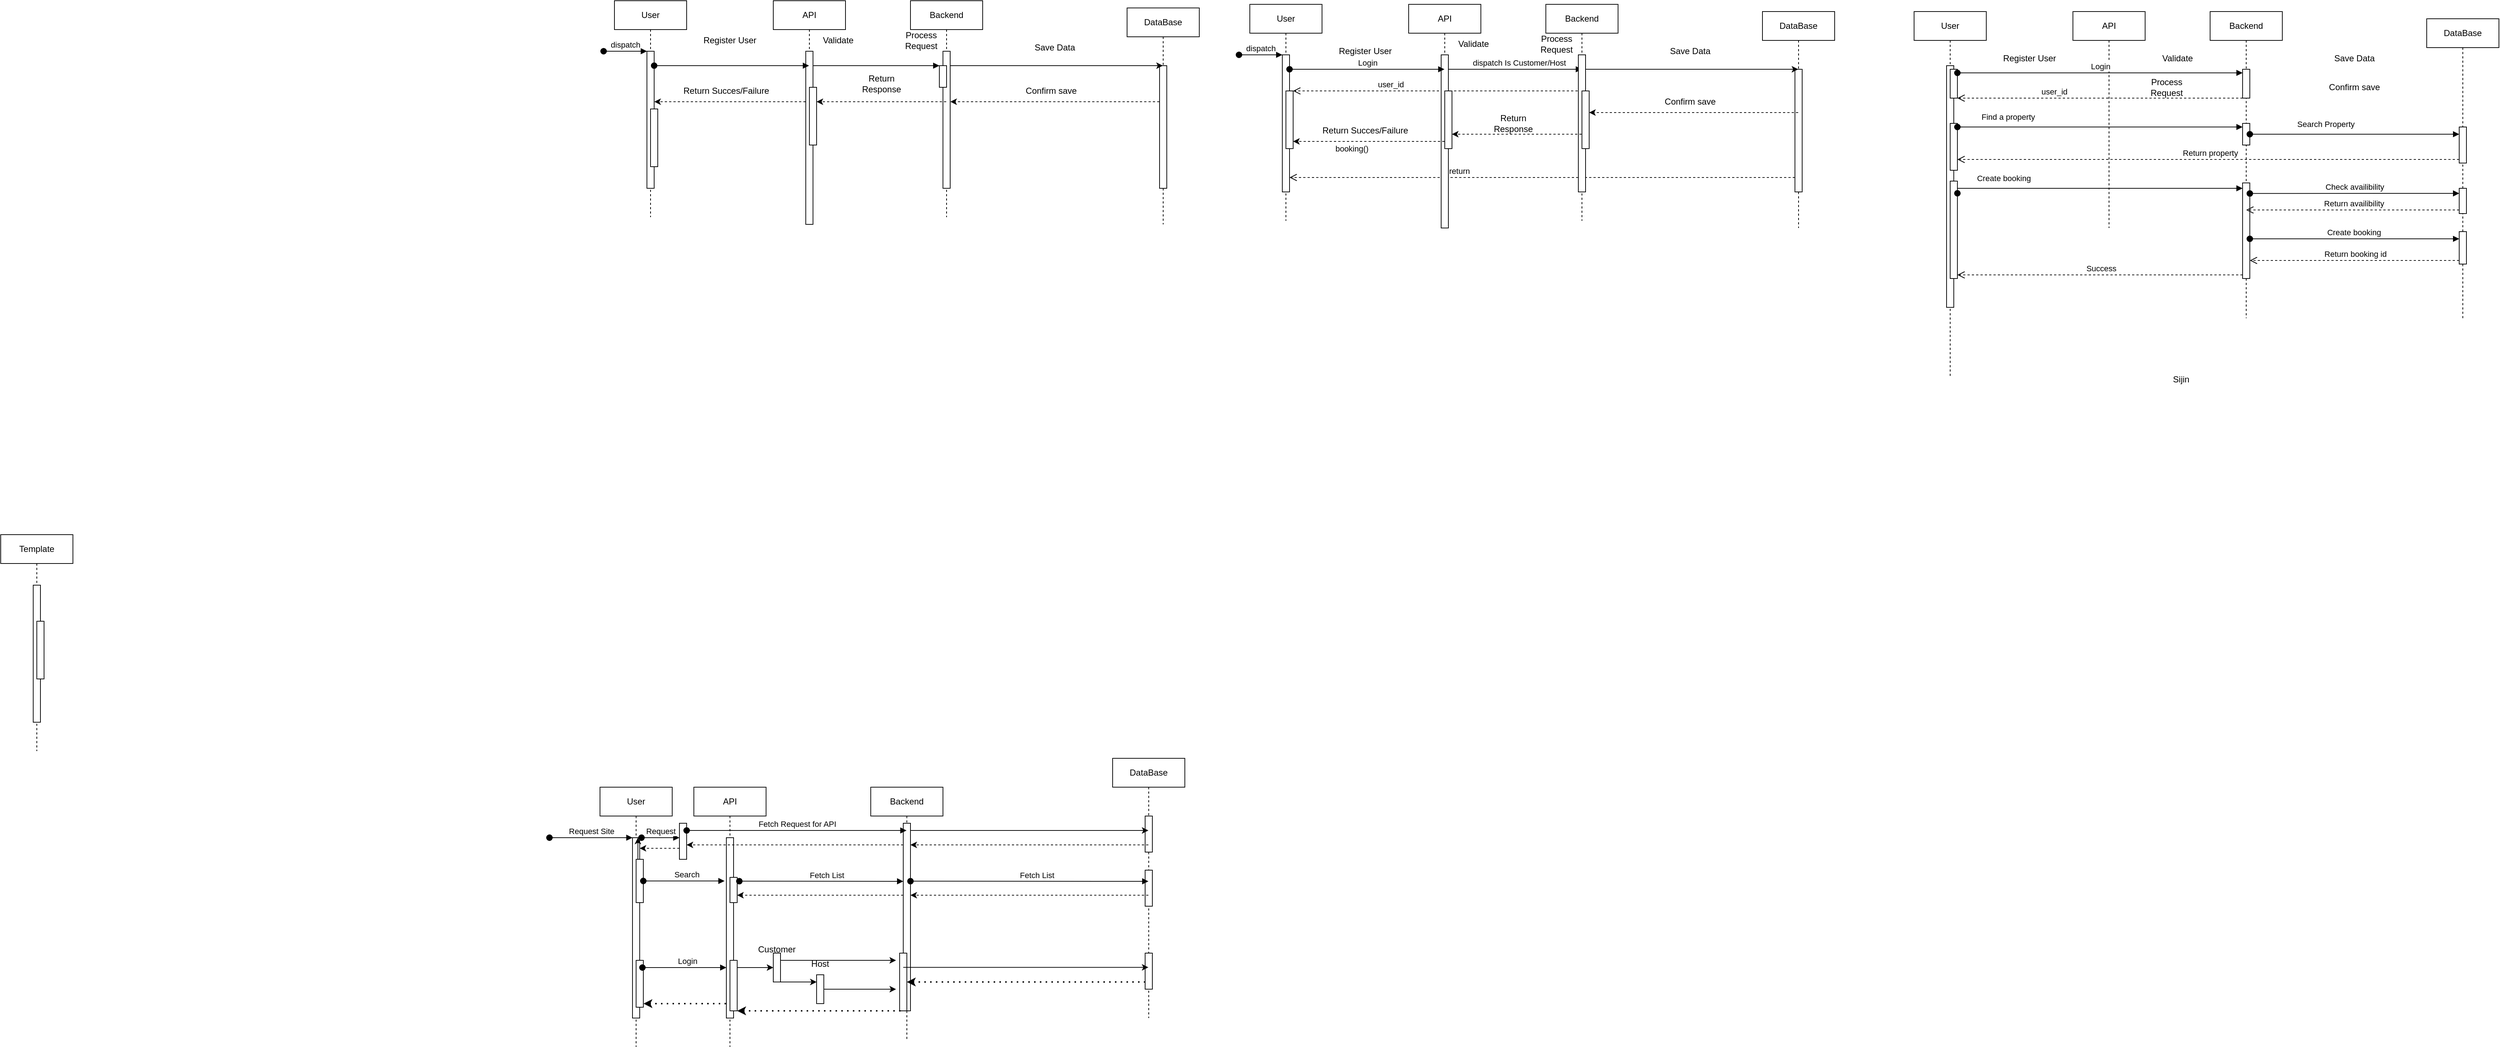
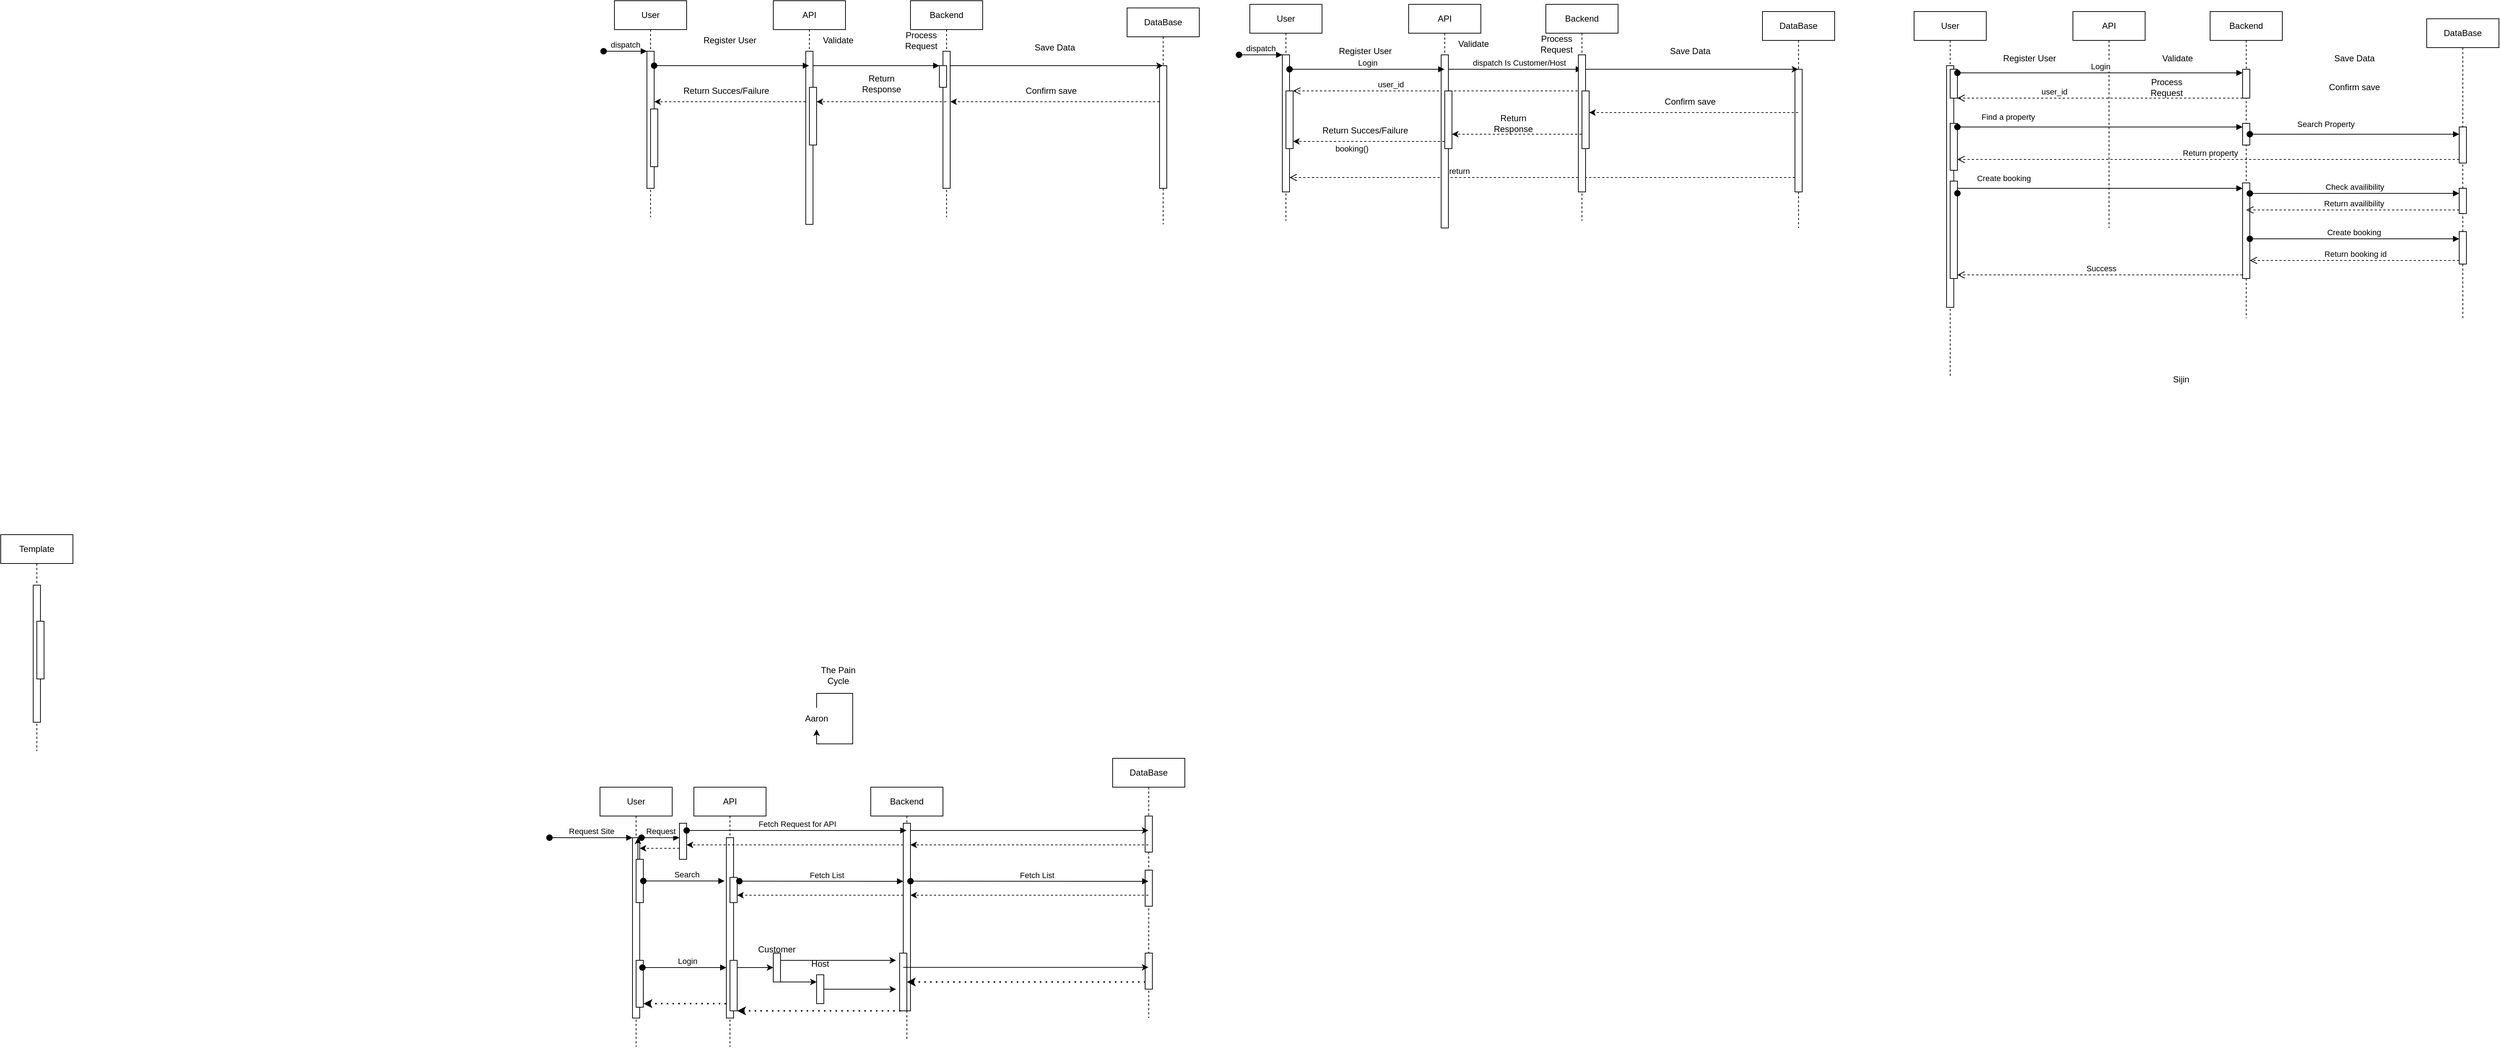
<mxfile host="app.diagrams.net" agent="5.0 (Macintosh; Intel Mac OS X 10_15_7) AppleWebKit/537.36 (KHTML, like Gecko) Chrome/109.0.0.0 Safari/537.36">
  <diagram name="Page-1" id="2YBvvXClWsGukQMizWep">
-     <mxGraphModel dx="2024" dy="429" grid="1" gridSize="10" guides="1" tooltips="1" connect="1" arrows="1" fold="1" page="1" pageScale="1" pageWidth="850" pageHeight="1100" math="0" shadow="0">
+     <mxGraphModel dx="2904" dy="750" grid="1" gridSize="10" guides="1" tooltips="1" connect="1" arrows="1" fold="1" page="1" pageScale="1" pageWidth="850" pageHeight="1100" math="0" shadow="0">
      <root>
        <mxCell id="0" />
        <mxCell id="1" parent="0" />
        <mxCell id="aM9ryv3xv72pqoxQDRHE-1" parent="1" style="shape=umlLifeline;perimeter=lifelinePerimeter;whiteSpace=wrap;html=1;container=0;dropTarget=0;collapsible=0;recursiveResize=0;outlineConnect=0;portConstraint=eastwest;newEdgeStyle={&quot;edgeStyle&quot;:&quot;elbowEdgeStyle&quot;,&quot;elbow&quot;:&quot;vertical&quot;,&quot;curved&quot;:0,&quot;rounded&quot;:0};" value="User" vertex="1">
          <mxGeometry height="300" width="100" x="30" y="40" as="geometry" />
        </mxCell>
        <mxCell id="aM9ryv3xv72pqoxQDRHE-2" parent="aM9ryv3xv72pqoxQDRHE-1" style="html=1;points=[];perimeter=orthogonalPerimeter;outlineConnect=0;targetShapes=umlLifeline;portConstraint=eastwest;newEdgeStyle={&quot;edgeStyle&quot;:&quot;elbowEdgeStyle&quot;,&quot;elbow&quot;:&quot;vertical&quot;,&quot;curved&quot;:0,&quot;rounded&quot;:0};" value="" vertex="1">
          <mxGeometry height="190" width="10" x="45" y="70" as="geometry" />
        </mxCell>
        <mxCell id="aM9ryv3xv72pqoxQDRHE-3" edge="1" parent="aM9ryv3xv72pqoxQDRHE-1" style="html=1;verticalAlign=bottom;startArrow=oval;endArrow=block;startSize=8;edgeStyle=elbowEdgeStyle;elbow=vertical;curved=0;rounded=0;" target="aM9ryv3xv72pqoxQDRHE-2" value="dispatch">
          <mxGeometry relative="1" as="geometry">
            <mxPoint x="-15" y="70" as="sourcePoint" />
          </mxGeometry>
        </mxCell>
        <mxCell id="aM9ryv3xv72pqoxQDRHE-4" parent="aM9ryv3xv72pqoxQDRHE-1" style="html=1;points=[];perimeter=orthogonalPerimeter;outlineConnect=0;targetShapes=umlLifeline;portConstraint=eastwest;newEdgeStyle={&quot;edgeStyle&quot;:&quot;elbowEdgeStyle&quot;,&quot;elbow&quot;:&quot;vertical&quot;,&quot;curved&quot;:0,&quot;rounded&quot;:0};" value="" vertex="1">
          <mxGeometry height="80" width="10" x="50" y="150" as="geometry" />
        </mxCell>
        <mxCell id="aM9ryv3xv72pqoxQDRHE-5" parent="1" style="shape=umlLifeline;perimeter=lifelinePerimeter;whiteSpace=wrap;html=1;container=0;dropTarget=0;collapsible=0;recursiveResize=0;outlineConnect=0;portConstraint=eastwest;newEdgeStyle={&quot;edgeStyle&quot;:&quot;elbowEdgeStyle&quot;,&quot;elbow&quot;:&quot;vertical&quot;,&quot;curved&quot;:0,&quot;rounded&quot;:0};" value="DataBase" vertex="1">
          <mxGeometry height="300" width="100" x="740" y="50" as="geometry" />
        </mxCell>
        <mxCell id="aM9ryv3xv72pqoxQDRHE-6" parent="aM9ryv3xv72pqoxQDRHE-5" style="html=1;points=[];perimeter=orthogonalPerimeter;outlineConnect=0;targetShapes=umlLifeline;portConstraint=eastwest;newEdgeStyle={&quot;edgeStyle&quot;:&quot;elbowEdgeStyle&quot;,&quot;elbow&quot;:&quot;vertical&quot;,&quot;curved&quot;:0,&quot;rounded&quot;:0};" value="" vertex="1">
          <mxGeometry height="170" width="10" x="45" y="80" as="geometry" />
        </mxCell>
        <mxCell id="aM9ryv3xv72pqoxQDRHE-7" edge="1" parent="1" source="7Z1T8ZwHcXeBXznP6D7j-6" style="html=1;verticalAlign=bottom;endArrow=block;edgeStyle=elbowEdgeStyle;elbow=vertical;curved=0;rounded=0;" target="7Z1T8ZwHcXeBXznP6D7j-11" value="">
          <mxGeometry relative="1" x="0.0616" as="geometry">
            <mxPoint as="offset" />
            <Array as="points">
              <mxPoint x="440" y="130" />
            </Array>
            <mxPoint x="195" y="130" as="sourcePoint" />
            <mxPoint x="480" y="130" as="targetPoint" />
          </mxGeometry>
        </mxCell>
        <mxCell id="7Z1T8ZwHcXeBXznP6D7j-5" parent="1" style="shape=umlLifeline;perimeter=lifelinePerimeter;whiteSpace=wrap;html=1;container=0;dropTarget=0;collapsible=0;recursiveResize=0;outlineConnect=0;portConstraint=eastwest;newEdgeStyle={&quot;edgeStyle&quot;:&quot;elbowEdgeStyle&quot;,&quot;elbow&quot;:&quot;vertical&quot;,&quot;curved&quot;:0,&quot;rounded&quot;:0};" value="API" vertex="1">
          <mxGeometry height="300" width="100" x="250" y="40" as="geometry" />
        </mxCell>
        <mxCell id="7Z1T8ZwHcXeBXznP6D7j-6" parent="7Z1T8ZwHcXeBXznP6D7j-5" style="html=1;points=[];perimeter=orthogonalPerimeter;outlineConnect=0;targetShapes=umlLifeline;portConstraint=eastwest;newEdgeStyle={&quot;edgeStyle&quot;:&quot;elbowEdgeStyle&quot;,&quot;elbow&quot;:&quot;vertical&quot;,&quot;curved&quot;:0,&quot;rounded&quot;:0};" value="" vertex="1">
          <mxGeometry height="240" width="10" x="45" y="70" as="geometry" />
        </mxCell>
        <mxCell id="7Z1T8ZwHcXeBXznP6D7j-8" parent="7Z1T8ZwHcXeBXznP6D7j-5" style="html=1;points=[];perimeter=orthogonalPerimeter;outlineConnect=0;targetShapes=umlLifeline;portConstraint=eastwest;newEdgeStyle={&quot;edgeStyle&quot;:&quot;elbowEdgeStyle&quot;,&quot;elbow&quot;:&quot;vertical&quot;,&quot;curved&quot;:0,&quot;rounded&quot;:0};" value="" vertex="1">
          <mxGeometry height="80" width="10" x="50" y="120" as="geometry" />
        </mxCell>
        <mxCell id="7Z1T8ZwHcXeBXznP6D7j-9" parent="1" style="shape=umlLifeline;perimeter=lifelinePerimeter;whiteSpace=wrap;html=1;container=0;dropTarget=0;collapsible=0;recursiveResize=0;outlineConnect=0;portConstraint=eastwest;newEdgeStyle={&quot;edgeStyle&quot;:&quot;elbowEdgeStyle&quot;,&quot;elbow&quot;:&quot;vertical&quot;,&quot;curved&quot;:0,&quot;rounded&quot;:0};" value="&lt;div&gt;Backend&lt;/div&gt;" vertex="1">
          <mxGeometry height="300" width="100" x="440" y="40" as="geometry" />
        </mxCell>
        <mxCell id="7Z1T8ZwHcXeBXznP6D7j-10" parent="7Z1T8ZwHcXeBXznP6D7j-9" style="html=1;points=[];perimeter=orthogonalPerimeter;outlineConnect=0;targetShapes=umlLifeline;portConstraint=eastwest;newEdgeStyle={&quot;edgeStyle&quot;:&quot;elbowEdgeStyle&quot;,&quot;elbow&quot;:&quot;vertical&quot;,&quot;curved&quot;:0,&quot;rounded&quot;:0};" value="" vertex="1">
          <mxGeometry height="190" width="10" x="45" y="70" as="geometry" />
        </mxCell>
        <mxCell id="7Z1T8ZwHcXeBXznP6D7j-11" parent="7Z1T8ZwHcXeBXznP6D7j-9" style="html=1;points=[];perimeter=orthogonalPerimeter;outlineConnect=0;targetShapes=umlLifeline;portConstraint=eastwest;newEdgeStyle={&quot;edgeStyle&quot;:&quot;elbowEdgeStyle&quot;,&quot;elbow&quot;:&quot;vertical&quot;,&quot;curved&quot;:0,&quot;rounded&quot;:0};" value="" vertex="1">
          <mxGeometry height="30" width="10" x="40" y="90" as="geometry" />
        </mxCell>
        <mxCell id="7Z1T8ZwHcXeBXznP6D7j-12" parent="1" style="shape=umlLifeline;perimeter=lifelinePerimeter;whiteSpace=wrap;html=1;container=0;dropTarget=0;collapsible=0;recursiveResize=0;outlineConnect=0;portConstraint=eastwest;newEdgeStyle={&quot;edgeStyle&quot;:&quot;elbowEdgeStyle&quot;,&quot;elbow&quot;:&quot;vertical&quot;,&quot;curved&quot;:0,&quot;rounded&quot;:0};" value="Template" vertex="1">
          <mxGeometry height="300" width="100" x="-820" y="780" as="geometry" />
        </mxCell>
        <mxCell id="7Z1T8ZwHcXeBXznP6D7j-13" parent="7Z1T8ZwHcXeBXznP6D7j-12" style="html=1;points=[];perimeter=orthogonalPerimeter;outlineConnect=0;targetShapes=umlLifeline;portConstraint=eastwest;newEdgeStyle={&quot;edgeStyle&quot;:&quot;elbowEdgeStyle&quot;,&quot;elbow&quot;:&quot;vertical&quot;,&quot;curved&quot;:0,&quot;rounded&quot;:0};" value="" vertex="1">
          <mxGeometry height="190" width="10" x="45" y="70" as="geometry" />
        </mxCell>
        <mxCell id="7Z1T8ZwHcXeBXznP6D7j-14" parent="7Z1T8ZwHcXeBXznP6D7j-12" style="html=1;points=[];perimeter=orthogonalPerimeter;outlineConnect=0;targetShapes=umlLifeline;portConstraint=eastwest;newEdgeStyle={&quot;edgeStyle&quot;:&quot;elbowEdgeStyle&quot;,&quot;elbow&quot;:&quot;vertical&quot;,&quot;curved&quot;:0,&quot;rounded&quot;:0};" value="" vertex="1">
          <mxGeometry height="80" width="10" x="50" y="120" as="geometry" />
        </mxCell>
        <mxCell id="D9VVy2PClrj1YHKQl20F-1" parent="1" style="text;html=1;whiteSpace=wrap;strokeColor=none;fillColor=none;align=center;verticalAlign=middle;rounded=0;" value="Register User" vertex="1">
          <mxGeometry height="30" width="100" x="140" y="80" as="geometry" />
        </mxCell>
        <mxCell id="D9VVy2PClrj1YHKQl20F-2" parent="1" style="text;html=1;whiteSpace=wrap;strokeColor=none;fillColor=none;align=center;verticalAlign=middle;rounded=0;" value="Validate" vertex="1">
          <mxGeometry height="30" width="60" x="310" y="80" as="geometry" />
        </mxCell>
        <mxCell id="D9VVy2PClrj1YHKQl20F-3" parent="1" style="text;html=1;whiteSpace=wrap;strokeColor=none;fillColor=none;align=center;verticalAlign=middle;rounded=0;" value="Process Request" vertex="1">
          <mxGeometry height="30" width="60" x="425" y="80" as="geometry" />
        </mxCell>
        <mxCell id="I_nbtK1dwFWHWanF6EMp-1" parent="1" style="text;html=1;whiteSpace=wrap;strokeColor=none;fillColor=none;align=center;verticalAlign=middle;rounded=0;" value="Save Data" vertex="1">
          <mxGeometry height="30" width="60" x="610" y="90" as="geometry" />
        </mxCell>
        <mxCell id="I_nbtK1dwFWHWanF6EMp-2" parent="1" style="text;html=1;whiteSpace=wrap;strokeColor=none;fillColor=none;align=center;verticalAlign=middle;rounded=0;" value="Confirm save" vertex="1">
          <mxGeometry height="30" width="80" x="595.25" y="150" as="geometry" />
        </mxCell>
        <mxCell id="I_nbtK1dwFWHWanF6EMp-3" parent="1" style="text;html=1;whiteSpace=wrap;strokeColor=none;fillColor=none;align=center;verticalAlign=middle;rounded=0;" value="Return Response" vertex="1">
          <mxGeometry height="30" width="60" x="370" y="140" as="geometry" />
        </mxCell>
        <mxCell id="I_nbtK1dwFWHWanF6EMp-4" parent="1" style="text;html=1;whiteSpace=wrap;strokeColor=none;fillColor=none;align=center;verticalAlign=middle;rounded=0;" value="Return Succes/Failure" vertex="1">
          <mxGeometry height="30" width="140" x="115.25" y="150" as="geometry" />
        </mxCell>
        <mxCell id="7Z1T8ZwHcXeBXznP6D7j-20" parent="1" style="shape=umlLifeline;perimeter=lifelinePerimeter;whiteSpace=wrap;html=1;container=0;dropTarget=0;collapsible=0;recursiveResize=0;outlineConnect=0;portConstraint=eastwest;newEdgeStyle={&quot;edgeStyle&quot;:&quot;elbowEdgeStyle&quot;,&quot;elbow&quot;:&quot;vertical&quot;,&quot;curved&quot;:0,&quot;rounded&quot;:0};" value="User" vertex="1">
          <mxGeometry height="360" width="100" x="10" y="1130" as="geometry" />
        </mxCell>
        <mxCell id="7Z1T8ZwHcXeBXznP6D7j-21" parent="7Z1T8ZwHcXeBXznP6D7j-20" style="html=1;points=[];perimeter=orthogonalPerimeter;outlineConnect=0;targetShapes=umlLifeline;portConstraint=eastwest;newEdgeStyle={&quot;edgeStyle&quot;:&quot;elbowEdgeStyle&quot;,&quot;elbow&quot;:&quot;vertical&quot;,&quot;curved&quot;:0,&quot;rounded&quot;:0};" value="" vertex="1">
          <mxGeometry height="250" width="10" x="45" y="70" as="geometry" />
        </mxCell>
        <mxCell id="7Z1T8ZwHcXeBXznP6D7j-22" edge="1" parent="7Z1T8ZwHcXeBXznP6D7j-20" style="html=1;verticalAlign=bottom;startArrow=oval;endArrow=block;startSize=8;edgeStyle=elbowEdgeStyle;elbow=vertical;curved=0;rounded=0;" target="7Z1T8ZwHcXeBXznP6D7j-21" value="&lt;div&gt;Request Site&lt;/div&gt;">
          <mxGeometry relative="1" as="geometry">
            <mxPoint x="-70" y="70" as="sourcePoint" />
          </mxGeometry>
        </mxCell>
        <mxCell id="7Z1T8ZwHcXeBXznP6D7j-53" edge="1" parent="7Z1T8ZwHcXeBXznP6D7j-20" source="7Z1T8ZwHcXeBXznP6D7j-23" style="edgeStyle=elbowEdgeStyle;rounded=0;orthogonalLoop=1;jettySize=auto;html=1;elbow=vertical;curved=0;" target="7Z1T8ZwHcXeBXznP6D7j-21">
          <mxGeometry relative="1" as="geometry" />
        </mxCell>
        <mxCell id="7Z1T8ZwHcXeBXznP6D7j-23" parent="7Z1T8ZwHcXeBXznP6D7j-20" style="html=1;points=[];perimeter=orthogonalPerimeter;outlineConnect=0;targetShapes=umlLifeline;portConstraint=eastwest;newEdgeStyle={&quot;edgeStyle&quot;:&quot;elbowEdgeStyle&quot;,&quot;elbow&quot;:&quot;vertical&quot;,&quot;curved&quot;:0,&quot;rounded&quot;:0};" value="" vertex="1">
          <mxGeometry height="60" width="10" x="50" y="100" as="geometry" />
        </mxCell>
        <mxCell id="7Z1T8ZwHcXeBXznP6D7j-61" parent="7Z1T8ZwHcXeBXznP6D7j-20" style="html=1;points=[];perimeter=orthogonalPerimeter;outlineConnect=0;targetShapes=umlLifeline;portConstraint=eastwest;newEdgeStyle={&quot;edgeStyle&quot;:&quot;elbowEdgeStyle&quot;,&quot;elbow&quot;:&quot;vertical&quot;,&quot;curved&quot;:0,&quot;rounded&quot;:0};" value="" vertex="1">
          <mxGeometry height="65" width="10" x="50" y="240" as="geometry" />
        </mxCell>
        <mxCell id="_QFFP_39c0ER-aZENGy8-1" edge="1" parent="1" source="7Z1T8ZwHcXeBXznP6D7j-10" style="endArrow=classic;html=1;rounded=0;" target="aM9ryv3xv72pqoxQDRHE-5" value="">
          <mxGeometry height="50" relative="1" width="50" as="geometry">
            <Array as="points">
              <mxPoint x="650" y="130" />
            </Array>
            <mxPoint x="490" y="170" as="sourcePoint" />
            <mxPoint x="540" y="120" as="targetPoint" />
          </mxGeometry>
        </mxCell>
        <mxCell id="7Z1T8ZwHcXeBXznP6D7j-24" parent="1" style="shape=umlLifeline;perimeter=lifelinePerimeter;whiteSpace=wrap;html=1;container=0;dropTarget=0;collapsible=0;recursiveResize=0;outlineConnect=0;portConstraint=eastwest;newEdgeStyle={&quot;edgeStyle&quot;:&quot;elbowEdgeStyle&quot;,&quot;elbow&quot;:&quot;vertical&quot;,&quot;curved&quot;:0,&quot;rounded&quot;:0};" value="DataBase" vertex="1">
          <mxGeometry height="360" width="100" x="720" y="1090" as="geometry" />
        </mxCell>
        <mxCell id="7Z1T8ZwHcXeBXznP6D7j-25" parent="7Z1T8ZwHcXeBXznP6D7j-24" style="html=1;points=[];perimeter=orthogonalPerimeter;outlineConnect=0;targetShapes=umlLifeline;portConstraint=eastwest;newEdgeStyle={&quot;edgeStyle&quot;:&quot;elbowEdgeStyle&quot;,&quot;elbow&quot;:&quot;vertical&quot;,&quot;curved&quot;:0,&quot;rounded&quot;:0};" value="" vertex="1">
          <mxGeometry height="50" width="10" x="45" y="80" as="geometry" />
        </mxCell>
        <mxCell id="7Z1T8ZwHcXeBXznP6D7j-74" parent="7Z1T8ZwHcXeBXznP6D7j-24" style="html=1;points=[];perimeter=orthogonalPerimeter;outlineConnect=0;targetShapes=umlLifeline;portConstraint=eastwest;newEdgeStyle={&quot;edgeStyle&quot;:&quot;elbowEdgeStyle&quot;,&quot;elbow&quot;:&quot;vertical&quot;,&quot;curved&quot;:0,&quot;rounded&quot;:0};" value="" vertex="1">
          <mxGeometry height="50" width="10" x="45" y="155" as="geometry" />
        </mxCell>
        <mxCell id="7Z1T8ZwHcXeBXznP6D7j-81" parent="7Z1T8ZwHcXeBXznP6D7j-24" style="html=1;points=[];perimeter=orthogonalPerimeter;outlineConnect=0;targetShapes=umlLifeline;portConstraint=eastwest;newEdgeStyle={&quot;edgeStyle&quot;:&quot;elbowEdgeStyle&quot;,&quot;elbow&quot;:&quot;vertical&quot;,&quot;curved&quot;:0,&quot;rounded&quot;:0};" value="" vertex="1">
          <mxGeometry height="50" width="10" x="45" y="270" as="geometry" />
        </mxCell>
        <mxCell id="_QFFP_39c0ER-aZENGy8-2" edge="1" parent="1" style="endArrow=classic;html=1;rounded=0;dashed=1;" value="">
          <mxGeometry height="50" relative="1" width="50" as="geometry">
            <Array as="points">
              <mxPoint x="635.25" y="180" />
            </Array>
            <mxPoint x="784.75" y="179.9999999999999" as="sourcePoint" />
            <mxPoint x="495.25" y="179.9999999999999" as="targetPoint" />
          </mxGeometry>
        </mxCell>
        <mxCell id="_QFFP_39c0ER-aZENGy8-3" edge="1" parent="1" style="endArrow=classic;html=1;rounded=0;dashed=1;" value="">
          <mxGeometry height="50" relative="1" width="50" as="geometry">
            <Array as="points">
              <mxPoint x="400" y="180" />
            </Array>
            <mxPoint x="489.5" y="179.9999999999999" as="sourcePoint" />
            <mxPoint x="310" y="179.9999999999999" as="targetPoint" />
          </mxGeometry>
        </mxCell>
        <mxCell id="_QFFP_39c0ER-aZENGy8-4" edge="1" parent="1" style="endArrow=classic;html=1;rounded=0;dashed=1;" value="">
          <mxGeometry height="50" relative="1" width="50" as="geometry">
            <Array as="points">
              <mxPoint x="195.25" y="180" />
            </Array>
            <mxPoint x="294.75" y="179.9999999999999" as="sourcePoint" />
            <mxPoint x="85.25" y="179.9999999999999" as="targetPoint" />
          </mxGeometry>
        </mxCell>
        <mxCell id="_QFFP_39c0ER-aZENGy8-33" parent="1" style="shape=umlLifeline;perimeter=lifelinePerimeter;whiteSpace=wrap;html=1;container=0;dropTarget=0;collapsible=0;recursiveResize=0;outlineConnect=0;portConstraint=eastwest;newEdgeStyle={&quot;edgeStyle&quot;:&quot;elbowEdgeStyle&quot;,&quot;elbow&quot;:&quot;vertical&quot;,&quot;curved&quot;:0,&quot;rounded&quot;:0};" value="User" vertex="1">
          <mxGeometry height="300" width="100" x="910" y="45" as="geometry" />
        </mxCell>
        <mxCell id="_QFFP_39c0ER-aZENGy8-34" parent="_QFFP_39c0ER-aZENGy8-33" style="html=1;points=[];perimeter=orthogonalPerimeter;outlineConnect=0;targetShapes=umlLifeline;portConstraint=eastwest;newEdgeStyle={&quot;edgeStyle&quot;:&quot;elbowEdgeStyle&quot;,&quot;elbow&quot;:&quot;vertical&quot;,&quot;curved&quot;:0,&quot;rounded&quot;:0};" value="" vertex="1">
          <mxGeometry height="190" width="10" x="45" y="70" as="geometry" />
        </mxCell>
        <mxCell id="_QFFP_39c0ER-aZENGy8-35" edge="1" parent="_QFFP_39c0ER-aZENGy8-33" style="html=1;verticalAlign=bottom;startArrow=oval;endArrow=block;startSize=8;edgeStyle=elbowEdgeStyle;elbow=vertical;curved=0;rounded=0;" target="_QFFP_39c0ER-aZENGy8-34" value="dispatch">
          <mxGeometry relative="1" as="geometry">
            <mxPoint x="-15" y="70" as="sourcePoint" />
          </mxGeometry>
        </mxCell>
        <mxCell id="_QFFP_39c0ER-aZENGy8-36" parent="_QFFP_39c0ER-aZENGy8-33" style="html=1;points=[];perimeter=orthogonalPerimeter;outlineConnect=0;targetShapes=umlLifeline;portConstraint=eastwest;newEdgeStyle={&quot;edgeStyle&quot;:&quot;elbowEdgeStyle&quot;,&quot;elbow&quot;:&quot;vertical&quot;,&quot;curved&quot;:0,&quot;rounded&quot;:0};" value="" vertex="1">
          <mxGeometry height="80" width="10" x="50" y="120" as="geometry" />
        </mxCell>
        <mxCell id="7Z1T8ZwHcXeBXznP6D7j-30" parent="1" style="shape=umlLifeline;perimeter=lifelinePerimeter;whiteSpace=wrap;html=1;container=0;dropTarget=0;collapsible=0;recursiveResize=0;outlineConnect=0;portConstraint=eastwest;newEdgeStyle={&quot;edgeStyle&quot;:&quot;elbowEdgeStyle&quot;,&quot;elbow&quot;:&quot;vertical&quot;,&quot;curved&quot;:0,&quot;rounded&quot;:0};" value="API" vertex="1">
          <mxGeometry height="360" width="100" x="140" y="1130" as="geometry" />
        </mxCell>
        <mxCell id="7Z1T8ZwHcXeBXznP6D7j-31" parent="7Z1T8ZwHcXeBXznP6D7j-30" style="html=1;points=[];perimeter=orthogonalPerimeter;outlineConnect=0;targetShapes=umlLifeline;portConstraint=eastwest;newEdgeStyle={&quot;edgeStyle&quot;:&quot;elbowEdgeStyle&quot;,&quot;elbow&quot;:&quot;vertical&quot;,&quot;curved&quot;:0,&quot;rounded&quot;:0};" value="" vertex="1">
          <mxGeometry height="250" width="10" x="45" y="70" as="geometry" />
        </mxCell>
        <mxCell id="7Z1T8ZwHcXeBXznP6D7j-52" parent="7Z1T8ZwHcXeBXznP6D7j-30" style="html=1;points=[];perimeter=orthogonalPerimeter;outlineConnect=0;targetShapes=umlLifeline;portConstraint=eastwest;newEdgeStyle={&quot;edgeStyle&quot;:&quot;elbowEdgeStyle&quot;,&quot;elbow&quot;:&quot;vertical&quot;,&quot;curved&quot;:0,&quot;rounded&quot;:0};" value="" vertex="1">
          <mxGeometry height="35" width="10" x="50" y="125" as="geometry" />
        </mxCell>
        <mxCell id="7Z1T8ZwHcXeBXznP6D7j-60" parent="7Z1T8ZwHcXeBXznP6D7j-30" style="html=1;points=[];perimeter=orthogonalPerimeter;outlineConnect=0;targetShapes=umlLifeline;portConstraint=eastwest;newEdgeStyle={&quot;edgeStyle&quot;:&quot;elbowEdgeStyle&quot;,&quot;elbow&quot;:&quot;vertical&quot;,&quot;curved&quot;:0,&quot;rounded&quot;:0};" value="" vertex="1">
          <mxGeometry height="70" width="10" x="50" y="240" as="geometry" />
        </mxCell>
        <mxCell id="_QFFP_39c0ER-aZENGy8-37" parent="1" style="shape=umlLifeline;perimeter=lifelinePerimeter;whiteSpace=wrap;html=1;container=0;dropTarget=0;collapsible=0;recursiveResize=0;outlineConnect=0;portConstraint=eastwest;newEdgeStyle={&quot;edgeStyle&quot;:&quot;elbowEdgeStyle&quot;,&quot;elbow&quot;:&quot;vertical&quot;,&quot;curved&quot;:0,&quot;rounded&quot;:0};" value="DataBase" vertex="1">
          <mxGeometry height="300" width="100" x="1620" y="55" as="geometry" />
        </mxCell>
        <mxCell id="_QFFP_39c0ER-aZENGy8-38" parent="_QFFP_39c0ER-aZENGy8-37" style="html=1;points=[];perimeter=orthogonalPerimeter;outlineConnect=0;targetShapes=umlLifeline;portConstraint=eastwest;newEdgeStyle={&quot;edgeStyle&quot;:&quot;elbowEdgeStyle&quot;,&quot;elbow&quot;:&quot;vertical&quot;,&quot;curved&quot;:0,&quot;rounded&quot;:0};" value="" vertex="1">
          <mxGeometry height="170" width="10" x="45" y="80" as="geometry" />
        </mxCell>
        <mxCell id="7Z1T8ZwHcXeBXznP6D7j-33" parent="1" style="shape=umlLifeline;perimeter=lifelinePerimeter;whiteSpace=wrap;html=1;container=0;dropTarget=0;collapsible=0;recursiveResize=0;outlineConnect=0;portConstraint=eastwest;newEdgeStyle={&quot;edgeStyle&quot;:&quot;elbowEdgeStyle&quot;,&quot;elbow&quot;:&quot;vertical&quot;,&quot;curved&quot;:0,&quot;rounded&quot;:0};" value="&lt;div&gt;Backend&lt;/div&gt;" vertex="1">
          <mxGeometry height="350" width="100" x="385" y="1130" as="geometry" />
        </mxCell>
        <mxCell id="7Z1T8ZwHcXeBXznP6D7j-34" parent="7Z1T8ZwHcXeBXznP6D7j-33" style="html=1;points=[];perimeter=orthogonalPerimeter;outlineConnect=0;targetShapes=umlLifeline;portConstraint=eastwest;newEdgeStyle={&quot;edgeStyle&quot;:&quot;elbowEdgeStyle&quot;,&quot;elbow&quot;:&quot;vertical&quot;,&quot;curved&quot;:0,&quot;rounded&quot;:0};" value="" vertex="1">
          <mxGeometry height="260" width="10" x="45" y="50" as="geometry" />
        </mxCell>
        <mxCell id="7Z1T8ZwHcXeBXznP6D7j-82" parent="7Z1T8ZwHcXeBXznP6D7j-33" style="html=1;points=[];perimeter=orthogonalPerimeter;outlineConnect=0;targetShapes=umlLifeline;portConstraint=eastwest;newEdgeStyle={&quot;edgeStyle&quot;:&quot;elbowEdgeStyle&quot;,&quot;elbow&quot;:&quot;vertical&quot;,&quot;curved&quot;:0,&quot;rounded&quot;:0};" value="" vertex="1">
          <mxGeometry height="80" width="10" x="40" y="230" as="geometry" />
        </mxCell>
        <mxCell id="_QFFP_39c0ER-aZENGy8-39" edge="1" parent="1" source="_QFFP_39c0ER-aZENGy8-44" style="html=1;verticalAlign=bottom;endArrow=block;edgeStyle=elbowEdgeStyle;elbow=vertical;curved=0;rounded=0;entryX=0.5;entryY=0.105;entryDx=0;entryDy=0;entryPerimeter=0;" target="_QFFP_39c0ER-aZENGy8-47" value="dispatch Is Customer/Host">
          <mxGeometry relative="1" x="0.0616" as="geometry">
            <mxPoint as="offset" />
            <Array as="points">
              <mxPoint x="1320" y="135" />
            </Array>
            <mxPoint x="1075" y="135" as="sourcePoint" />
            <mxPoint x="1360" y="135" as="targetPoint" />
          </mxGeometry>
        </mxCell>
        <mxCell id="_QFFP_39c0ER-aZENGy8-40" connectable="0" parent="_QFFP_39c0ER-aZENGy8-39" style="edgeLabel;html=1;align=center;verticalAlign=middle;resizable=0;points=[];" value="booking()" vertex="1">
          <mxGeometry relative="1" x="-0.6283" y="3" as="geometry">
            <mxPoint x="-169" y="113" as="offset" />
          </mxGeometry>
        </mxCell>
        <mxCell id="_QFFP_39c0ER-aZENGy8-41" edge="1" parent="1" source="_QFFP_39c0ER-aZENGy8-38" style="html=1;verticalAlign=bottom;endArrow=open;dashed=1;endSize=8;edgeStyle=elbowEdgeStyle;elbow=vertical;curved=0;rounded=0;" target="_QFFP_39c0ER-aZENGy8-34" value="return">
          <mxGeometry relative="1" x="0.3286" as="geometry">
            <mxPoint as="offset" />
            <Array as="points">
              <mxPoint x="1070" y="285" />
            </Array>
            <mxPoint x="1075" y="210" as="targetPoint" />
          </mxGeometry>
        </mxCell>
        <mxCell id="_QFFP_39c0ER-aZENGy8-42" edge="1" parent="1" source="_QFFP_39c0ER-aZENGy8-48" style="html=1;verticalAlign=bottom;endArrow=open;dashed=1;endSize=8;edgeStyle=elbowEdgeStyle;elbow=vertical;curved=0;rounded=0;" target="_QFFP_39c0ER-aZENGy8-36" value="user_id">
          <mxGeometry relative="1" x="0.325" as="geometry">
            <mxPoint as="offset" />
            <Array as="points">
              <mxPoint x="1330" y="165" />
            </Array>
            <mxPoint x="1430" y="165" as="sourcePoint" />
            <mxPoint x="1020" y="165" as="targetPoint" />
          </mxGeometry>
        </mxCell>
        <mxCell id="_QFFP_39c0ER-aZENGy8-43" parent="1" style="shape=umlLifeline;perimeter=lifelinePerimeter;whiteSpace=wrap;html=1;container=0;dropTarget=0;collapsible=0;recursiveResize=0;outlineConnect=0;portConstraint=eastwest;newEdgeStyle={&quot;edgeStyle&quot;:&quot;elbowEdgeStyle&quot;,&quot;elbow&quot;:&quot;vertical&quot;,&quot;curved&quot;:0,&quot;rounded&quot;:0};" value="API" vertex="1">
          <mxGeometry height="300" width="100" x="1130" y="45" as="geometry" />
        </mxCell>
        <mxCell id="_QFFP_39c0ER-aZENGy8-44" parent="_QFFP_39c0ER-aZENGy8-43" style="html=1;points=[];perimeter=orthogonalPerimeter;outlineConnect=0;targetShapes=umlLifeline;portConstraint=eastwest;newEdgeStyle={&quot;edgeStyle&quot;:&quot;elbowEdgeStyle&quot;,&quot;elbow&quot;:&quot;vertical&quot;,&quot;curved&quot;:0,&quot;rounded&quot;:0};" value="" vertex="1">
          <mxGeometry height="240" width="10" x="45" y="70" as="geometry" />
        </mxCell>
        <mxCell id="_QFFP_39c0ER-aZENGy8-45" parent="_QFFP_39c0ER-aZENGy8-43" style="html=1;points=[];perimeter=orthogonalPerimeter;outlineConnect=0;targetShapes=umlLifeline;portConstraint=eastwest;newEdgeStyle={&quot;edgeStyle&quot;:&quot;elbowEdgeStyle&quot;,&quot;elbow&quot;:&quot;vertical&quot;,&quot;curved&quot;:0,&quot;rounded&quot;:0};" value="" vertex="1">
          <mxGeometry height="80" width="10" x="50" y="120" as="geometry" />
        </mxCell>
        <mxCell id="_QFFP_39c0ER-aZENGy8-46" parent="1" style="shape=umlLifeline;perimeter=lifelinePerimeter;whiteSpace=wrap;html=1;container=0;dropTarget=0;collapsible=0;recursiveResize=0;outlineConnect=0;portConstraint=eastwest;newEdgeStyle={&quot;edgeStyle&quot;:&quot;elbowEdgeStyle&quot;,&quot;elbow&quot;:&quot;vertical&quot;,&quot;curved&quot;:0,&quot;rounded&quot;:0};" value="&lt;div&gt;Backend&lt;/div&gt;" vertex="1">
          <mxGeometry height="300" width="100" x="1320" y="45" as="geometry" />
        </mxCell>
        <mxCell id="_QFFP_39c0ER-aZENGy8-47" parent="_QFFP_39c0ER-aZENGy8-46" style="html=1;points=[];perimeter=orthogonalPerimeter;outlineConnect=0;targetShapes=umlLifeline;portConstraint=eastwest;newEdgeStyle={&quot;edgeStyle&quot;:&quot;elbowEdgeStyle&quot;,&quot;elbow&quot;:&quot;vertical&quot;,&quot;curved&quot;:0,&quot;rounded&quot;:0};" value="" vertex="1">
          <mxGeometry height="190" width="10" x="45" y="70" as="geometry" />
        </mxCell>
        <mxCell id="_QFFP_39c0ER-aZENGy8-48" parent="_QFFP_39c0ER-aZENGy8-46" style="html=1;points=[];perimeter=orthogonalPerimeter;outlineConnect=0;targetShapes=umlLifeline;portConstraint=eastwest;newEdgeStyle={&quot;edgeStyle&quot;:&quot;elbowEdgeStyle&quot;,&quot;elbow&quot;:&quot;vertical&quot;,&quot;curved&quot;:0,&quot;rounded&quot;:0};" value="" vertex="1">
          <mxGeometry height="80" width="10" x="50" y="120" as="geometry" />
        </mxCell>
        <mxCell id="_QFFP_39c0ER-aZENGy8-49" edge="1" parent="1" style="html=1;verticalAlign=bottom;startArrow=oval;endArrow=block;startSize=8;edgeStyle=elbowEdgeStyle;elbow=vertical;curved=0;rounded=0;" target="_QFFP_39c0ER-aZENGy8-43" value="Login">
          <mxGeometry relative="1" as="geometry">
            <mxPoint x="965" y="135" as="sourcePoint" />
            <mxPoint x="1030" y="135" as="targetPoint" />
          </mxGeometry>
        </mxCell>
        <mxCell id="_QFFP_39c0ER-aZENGy8-50" parent="1" style="text;html=1;whiteSpace=wrap;strokeColor=none;fillColor=none;align=center;verticalAlign=middle;rounded=0;" value="Register User" vertex="1">
          <mxGeometry height="30" width="100" x="1020" y="95" as="geometry" />
        </mxCell>
        <mxCell id="_QFFP_39c0ER-aZENGy8-51" parent="1" style="text;html=1;whiteSpace=wrap;strokeColor=none;fillColor=none;align=center;verticalAlign=middle;rounded=0;" value="Validate" vertex="1">
          <mxGeometry height="30" width="60" x="1190" y="85" as="geometry" />
        </mxCell>
        <mxCell id="_QFFP_39c0ER-aZENGy8-52" parent="1" style="text;html=1;whiteSpace=wrap;strokeColor=none;fillColor=none;align=center;verticalAlign=middle;rounded=0;" value="Process Request" vertex="1">
          <mxGeometry height="30" width="60" x="1305" y="85" as="geometry" />
        </mxCell>
        <mxCell id="_QFFP_39c0ER-aZENGy8-53" parent="1" style="text;html=1;whiteSpace=wrap;strokeColor=none;fillColor=none;align=center;verticalAlign=middle;rounded=0;" value="Save Data" vertex="1">
          <mxGeometry height="30" width="60" x="1490" y="95" as="geometry" />
        </mxCell>
        <mxCell id="_QFFP_39c0ER-aZENGy8-54" parent="1" style="text;html=1;whiteSpace=wrap;strokeColor=none;fillColor=none;align=center;verticalAlign=middle;rounded=0;" value="Confirm save" vertex="1">
          <mxGeometry height="30" width="80" x="1480" y="165" as="geometry" />
        </mxCell>
        <mxCell id="_QFFP_39c0ER-aZENGy8-55" parent="1" style="text;html=1;whiteSpace=wrap;strokeColor=none;fillColor=none;align=center;verticalAlign=middle;rounded=0;" value="Return Response" vertex="1">
          <mxGeometry height="30" width="60" x="1245" y="195" as="geometry" />
        </mxCell>
        <mxCell id="_QFFP_39c0ER-aZENGy8-56" parent="1" style="text;html=1;whiteSpace=wrap;strokeColor=none;fillColor=none;align=center;verticalAlign=middle;rounded=0;" value="Return Succes/Failure" vertex="1">
          <mxGeometry height="30" width="140" x="1000" y="205" as="geometry" />
        </mxCell>
        <mxCell id="_QFFP_39c0ER-aZENGy8-57" edge="1" parent="1" source="_QFFP_39c0ER-aZENGy8-47" style="endArrow=classic;html=1;rounded=0;" target="_QFFP_39c0ER-aZENGy8-37" value="">
          <mxGeometry height="50" relative="1" width="50" as="geometry">
            <Array as="points">
              <mxPoint x="1530" y="135" />
            </Array>
            <mxPoint x="1370" y="175" as="sourcePoint" />
            <mxPoint x="1420" y="125" as="targetPoint" />
          </mxGeometry>
        </mxCell>
        <mxCell id="_QFFP_39c0ER-aZENGy8-58" edge="1" parent="1" source="_QFFP_39c0ER-aZENGy8-37" style="endArrow=classic;html=1;rounded=0;dashed=1;" target="_QFFP_39c0ER-aZENGy8-48" value="">
          <mxGeometry height="50" relative="1" width="50" as="geometry">
            <Array as="points">
              <mxPoint x="1520" y="195" />
            </Array>
            <mxPoint x="1660" y="235" as="sourcePoint" />
            <mxPoint x="1710" y="185" as="targetPoint" />
          </mxGeometry>
        </mxCell>
        <mxCell id="_QFFP_39c0ER-aZENGy8-59" edge="1" parent="1" source="_QFFP_39c0ER-aZENGy8-46" style="endArrow=classic;html=1;rounded=0;dashed=1;" target="_QFFP_39c0ER-aZENGy8-45" value="">
          <mxGeometry height="50" relative="1" width="50" as="geometry">
            <Array as="points">
              <mxPoint x="1280" y="225" />
            </Array>
            <mxPoint x="1360" y="275" as="sourcePoint" />
            <mxPoint x="1410" y="225" as="targetPoint" />
          </mxGeometry>
        </mxCell>
        <mxCell id="_QFFP_39c0ER-aZENGy8-60" edge="1" parent="1" source="_QFFP_39c0ER-aZENGy8-43" style="endArrow=classic;html=1;rounded=0;dashed=1;" target="_QFFP_39c0ER-aZENGy8-36" value="">
          <mxGeometry height="50" relative="1" width="50" as="geometry">
            <Array as="points">
              <mxPoint x="1080" y="235" />
            </Array>
            <mxPoint x="1340" y="345" as="sourcePoint" />
            <mxPoint x="1390" y="295" as="targetPoint" />
          </mxGeometry>
        </mxCell>
        <mxCell id="68ymO_Sjnk0znAFFcrqy-1" parent="1" style="shape=umlLifeline;perimeter=lifelinePerimeter;whiteSpace=wrap;html=1;container=0;dropTarget=0;collapsible=0;recursiveResize=0;outlineConnect=0;portConstraint=eastwest;newEdgeStyle={&quot;edgeStyle&quot;:&quot;elbowEdgeStyle&quot;,&quot;elbow&quot;:&quot;vertical&quot;,&quot;curved&quot;:0,&quot;rounded&quot;:0};" value="User" vertex="1">
          <mxGeometry height="505" width="100" x="1830" y="55" as="geometry" />
        </mxCell>
        <mxCell id="DhhXMbWg79UAvs8icK3S-2" parent="68ymO_Sjnk0znAFFcrqy-1" style="html=1;points=[];perimeter=orthogonalPerimeter;outlineConnect=0;targetShapes=umlLifeline;portConstraint=eastwest;newEdgeStyle={&quot;edgeStyle&quot;:&quot;elbowEdgeStyle&quot;,&quot;elbow&quot;:&quot;vertical&quot;,&quot;curved&quot;:0,&quot;rounded&quot;:0};" value="" vertex="1">
          <mxGeometry height="335" width="10" x="45" y="75" as="geometry" />
        </mxCell>
        <mxCell id="DhhXMbWg79UAvs8icK3S-4" parent="68ymO_Sjnk0znAFFcrqy-1" style="html=1;points=[];perimeter=orthogonalPerimeter;outlineConnect=0;targetShapes=umlLifeline;portConstraint=eastwest;newEdgeStyle={&quot;edgeStyle&quot;:&quot;elbowEdgeStyle&quot;,&quot;elbow&quot;:&quot;vertical&quot;,&quot;curved&quot;:0,&quot;rounded&quot;:0};" value="" vertex="1">
          <mxGeometry height="40" width="10" x="50" y="80" as="geometry" />
        </mxCell>
        <mxCell id="DqHyfR3eGS3xM4o2pyak-10" parent="68ymO_Sjnk0znAFFcrqy-1" style="html=1;points=[];perimeter=orthogonalPerimeter;outlineConnect=0;targetShapes=umlLifeline;portConstraint=eastwest;newEdgeStyle={&quot;edgeStyle&quot;:&quot;elbowEdgeStyle&quot;,&quot;elbow&quot;:&quot;vertical&quot;,&quot;curved&quot;:0,&quot;rounded&quot;:0};" value="&lt;span style=&quot;color: rgba(0, 0, 0, 0); font-family: monospace; font-size: 0px; text-align: start;&quot;&gt;%3CmxGraphModel%3E%3Croot%3E%3CmxCell%20id%3D%220%22%2F%3E%3CmxCell%20id%3D%221%22%20parent%3D%220%22%2F%3E%3CmxCell%20id%3D%222%22%20parent%3D%221%22%20style%3D%22html%3D1%3Bpoints%3D%5B%5D%3Bperimeter%3DorthogonalPerimeter%3BoutlineConnect%3D0%3BtargetShapes%3DumlLifeline%3BportConstraint%3Deastwest%3BnewEdgeStyle%3D%7B%26quot%3BedgeStyle%26quot%3B%3A%26quot%3BelbowEdgeStyle%26quot%3B%2C%26quot%3Belbow%26quot%3B%3A%26quot%3Bvertical%26quot%3B%2C%26quot%3Bcurved%26quot%3B%3A0%2C%26quot%3Brounded%26quot%3B%3A0%7D%3B%22%20value%3D%22%22%20vertex%3D%221%22%3E%3CmxGeometry%20height%3D%2230%22%20width%3D%2210%22%20x%3D%222285%22%20y%3D%22210%22%20as%3D%22geometry%22%2F%3E%3C%2FmxCell%3E%3C%2Froot%3E%3C%2FmxGraphModel%3E&lt;/span&gt;" vertex="1">
          <mxGeometry height="65" width="10" x="50" y="155" as="geometry" />
        </mxCell>
        <mxCell id="DqHyfR3eGS3xM4o2pyak-20" parent="68ymO_Sjnk0znAFFcrqy-1" style="html=1;points=[];perimeter=orthogonalPerimeter;outlineConnect=0;targetShapes=umlLifeline;portConstraint=eastwest;newEdgeStyle={&quot;edgeStyle&quot;:&quot;elbowEdgeStyle&quot;,&quot;elbow&quot;:&quot;vertical&quot;,&quot;curved&quot;:0,&quot;rounded&quot;:0};" value="" vertex="1">
          <mxGeometry height="135" width="10" x="50" y="235" as="geometry" />
        </mxCell>
        <mxCell id="68ymO_Sjnk0znAFFcrqy-5" parent="1" style="shape=umlLifeline;perimeter=lifelinePerimeter;whiteSpace=wrap;html=1;container=0;dropTarget=0;collapsible=0;recursiveResize=0;outlineConnect=0;portConstraint=eastwest;newEdgeStyle={&quot;edgeStyle&quot;:&quot;elbowEdgeStyle&quot;,&quot;elbow&quot;:&quot;vertical&quot;,&quot;curved&quot;:0,&quot;rounded&quot;:0};" value="DataBase" vertex="1">
          <mxGeometry height="415" width="100" x="2540" y="65" as="geometry" />
        </mxCell>
        <mxCell id="68ymO_Sjnk0znAFFcrqy-6" parent="68ymO_Sjnk0znAFFcrqy-5" style="html=1;points=[];perimeter=orthogonalPerimeter;outlineConnect=0;targetShapes=umlLifeline;portConstraint=eastwest;newEdgeStyle={&quot;edgeStyle&quot;:&quot;elbowEdgeStyle&quot;,&quot;elbow&quot;:&quot;vertical&quot;,&quot;curved&quot;:0,&quot;rounded&quot;:0};" value="" vertex="1">
          <mxGeometry height="50" width="10" x="45" y="150" as="geometry" />
        </mxCell>
        <mxCell id="DqHyfR3eGS3xM4o2pyak-24" parent="68ymO_Sjnk0znAFFcrqy-5" style="html=1;points=[];perimeter=orthogonalPerimeter;outlineConnect=0;targetShapes=umlLifeline;portConstraint=eastwest;newEdgeStyle={&quot;edgeStyle&quot;:&quot;elbowEdgeStyle&quot;,&quot;elbow&quot;:&quot;vertical&quot;,&quot;curved&quot;:0,&quot;rounded&quot;:0};" value="" vertex="1">
          <mxGeometry height="35" width="10" x="45" y="235" as="geometry" />
        </mxCell>
        <mxCell id="DqHyfR3eGS3xM4o2pyak-26" parent="68ymO_Sjnk0znAFFcrqy-5" style="html=1;points=[];perimeter=orthogonalPerimeter;outlineConnect=0;targetShapes=umlLifeline;portConstraint=eastwest;newEdgeStyle={&quot;edgeStyle&quot;:&quot;elbowEdgeStyle&quot;,&quot;elbow&quot;:&quot;vertical&quot;,&quot;curved&quot;:0,&quot;rounded&quot;:0};" value="" vertex="1">
          <mxGeometry height="45" width="10" x="45" y="295" as="geometry" />
        </mxCell>
        <mxCell id="68ymO_Sjnk0znAFFcrqy-10" edge="1" parent="1" source="68ymO_Sjnk0znAFFcrqy-16" style="html=1;verticalAlign=bottom;endArrow=open;dashed=1;endSize=8;edgeStyle=elbowEdgeStyle;elbow=vertical;curved=0;rounded=0;" target="DhhXMbWg79UAvs8icK3S-4" value="user_id">
          <mxGeometry relative="1" x="0.325" as="geometry">
            <mxPoint as="offset" />
            <Array as="points">
              <mxPoint x="2260" y="175" />
            </Array>
            <mxPoint x="2260" y="175" as="sourcePoint" />
            <mxPoint x="1910" y="180" as="targetPoint" />
          </mxGeometry>
        </mxCell>
        <mxCell id="68ymO_Sjnk0znAFFcrqy-11" parent="1" style="shape=umlLifeline;perimeter=lifelinePerimeter;whiteSpace=wrap;html=1;container=0;dropTarget=0;collapsible=0;recursiveResize=0;outlineConnect=0;portConstraint=eastwest;newEdgeStyle={&quot;edgeStyle&quot;:&quot;elbowEdgeStyle&quot;,&quot;elbow&quot;:&quot;vertical&quot;,&quot;curved&quot;:0,&quot;rounded&quot;:0};" value="API" vertex="1">
          <mxGeometry height="300" width="100" x="2050" y="55" as="geometry" />
        </mxCell>
        <mxCell id="68ymO_Sjnk0znAFFcrqy-14" parent="1" style="shape=umlLifeline;perimeter=lifelinePerimeter;whiteSpace=wrap;html=1;container=0;dropTarget=0;collapsible=0;recursiveResize=0;outlineConnect=0;portConstraint=eastwest;newEdgeStyle={&quot;edgeStyle&quot;:&quot;elbowEdgeStyle&quot;,&quot;elbow&quot;:&quot;vertical&quot;,&quot;curved&quot;:0,&quot;rounded&quot;:0};" value="&lt;div&gt;Backend&lt;/div&gt;" vertex="1">
          <mxGeometry height="425" width="100" x="2240" y="55" as="geometry" />
        </mxCell>
        <mxCell id="68ymO_Sjnk0znAFFcrqy-16" parent="68ymO_Sjnk0znAFFcrqy-14" style="html=1;points=[];perimeter=orthogonalPerimeter;outlineConnect=0;targetShapes=umlLifeline;portConstraint=eastwest;newEdgeStyle={&quot;edgeStyle&quot;:&quot;elbowEdgeStyle&quot;,&quot;elbow&quot;:&quot;vertical&quot;,&quot;curved&quot;:0,&quot;rounded&quot;:0};" value="" vertex="1">
          <mxGeometry height="40" width="10" x="45" y="80" as="geometry" />
        </mxCell>
        <mxCell id="DqHyfR3eGS3xM4o2pyak-22" parent="68ymO_Sjnk0znAFFcrqy-14" style="html=1;points=[];perimeter=orthogonalPerimeter;outlineConnect=0;targetShapes=umlLifeline;portConstraint=eastwest;newEdgeStyle={&quot;edgeStyle&quot;:&quot;elbowEdgeStyle&quot;,&quot;elbow&quot;:&quot;vertical&quot;,&quot;curved&quot;:0,&quot;rounded&quot;:0};" value="" vertex="1">
          <mxGeometry height="132.5" width="10" x="45" y="237.5" as="geometry" />
        </mxCell>
        <mxCell id="68ymO_Sjnk0znAFFcrqy-17" edge="1" parent="1" source="DhhXMbWg79UAvs8icK3S-4" style="html=1;verticalAlign=bottom;startArrow=oval;endArrow=block;startSize=8;edgeStyle=elbowEdgeStyle;elbow=vertical;curved=0;rounded=0;" target="68ymO_Sjnk0znAFFcrqy-16" value="Login">
          <mxGeometry relative="1" as="geometry">
            <Array as="points">
              <mxPoint x="2270" y="140" />
            </Array>
            <mxPoint x="1900" y="140" as="sourcePoint" />
            <mxPoint x="2270" y="140" as="targetPoint" />
          </mxGeometry>
        </mxCell>
        <mxCell id="68ymO_Sjnk0znAFFcrqy-18" parent="1" style="text;html=1;whiteSpace=wrap;strokeColor=none;fillColor=none;align=center;verticalAlign=middle;rounded=0;" value="Register User" vertex="1">
          <mxGeometry height="30" width="100" x="1940" y="105" as="geometry" />
        </mxCell>
        <mxCell id="68ymO_Sjnk0znAFFcrqy-19" parent="1" style="text;html=1;whiteSpace=wrap;strokeColor=none;fillColor=none;align=center;verticalAlign=middle;rounded=0;" value="Validate" vertex="1">
          <mxGeometry height="30" width="60" x="2165" y="105" as="geometry" />
        </mxCell>
        <mxCell id="68ymO_Sjnk0znAFFcrqy-20" parent="1" style="text;html=1;whiteSpace=wrap;strokeColor=none;fillColor=none;align=center;verticalAlign=middle;rounded=0;" value="Process Request" vertex="1">
          <mxGeometry height="30" width="60" x="2150" y="145" as="geometry" />
        </mxCell>
        <mxCell id="68ymO_Sjnk0znAFFcrqy-21" parent="1" style="text;html=1;whiteSpace=wrap;strokeColor=none;fillColor=none;align=center;verticalAlign=middle;rounded=0;" value="Save Data" vertex="1">
          <mxGeometry height="30" width="60" x="2410" y="105" as="geometry" />
        </mxCell>
        <mxCell id="68ymO_Sjnk0znAFFcrqy-22" parent="1" style="text;html=1;whiteSpace=wrap;strokeColor=none;fillColor=none;align=center;verticalAlign=middle;rounded=0;" value="Confirm save" vertex="1">
          <mxGeometry height="30" width="80" x="2400" y="145" as="geometry" />
        </mxCell>
        <mxCell id="7Z1T8ZwHcXeBXznP6D7j-44" parent="1" style="html=1;points=[];perimeter=orthogonalPerimeter;outlineConnect=0;targetShapes=umlLifeline;portConstraint=eastwest;newEdgeStyle={&quot;edgeStyle&quot;:&quot;elbowEdgeStyle&quot;,&quot;elbow&quot;:&quot;vertical&quot;,&quot;curved&quot;:0,&quot;rounded&quot;:0};" value="" vertex="1">
          <mxGeometry height="50" width="10" x="120" y="1180" as="geometry" />
        </mxCell>
        <mxCell id="DhhXMbWg79UAvs8icK3S-5" parent="1" style="text;html=1;whiteSpace=wrap;strokeColor=none;fillColor=none;align=center;verticalAlign=middle;rounded=0;" value="Sijin" vertex="1">
          <mxGeometry height="30" width="140" x="2130" y="550" as="geometry" />
        </mxCell>
        <mxCell id="7Z1T8ZwHcXeBXznP6D7j-45" edge="1" parent="1" style="html=1;verticalAlign=bottom;startArrow=oval;endArrow=block;startSize=8;edgeStyle=elbowEdgeStyle;elbow=vertical;curved=0;rounded=0;" value="&lt;div&gt;Request&lt;/div&gt;">
          <mxGeometry relative="1" as="geometry">
            <mxPoint x="67.5" y="1200" as="sourcePoint" />
            <mxPoint x="120" y="1200" as="targetPoint" />
          </mxGeometry>
        </mxCell>
        <mxCell id="7Z1T8ZwHcXeBXznP6D7j-46" edge="1" parent="1" style="html=1;verticalAlign=bottom;startArrow=oval;endArrow=block;startSize=8;edgeStyle=elbowEdgeStyle;elbow=vertical;curved=0;rounded=0;" target="7Z1T8ZwHcXeBXznP6D7j-33" value="Fetch Request for API">
          <mxGeometry relative="1" as="geometry">
            <mxPoint x="130" y="1190" as="sourcePoint" />
            <mxPoint x="182.5" y="1190" as="targetPoint" />
          </mxGeometry>
        </mxCell>
        <mxCell id="7Z1T8ZwHcXeBXznP6D7j-48" edge="1" parent="1" source="7Z1T8ZwHcXeBXznP6D7j-24" style="endArrow=classic;html=1;rounded=0;dashed=1;" value="">
          <mxGeometry height="50" relative="1" width="50" as="geometry">
            <Array as="points">
              <mxPoint x="635.11" y="1210" />
            </Array>
            <mxPoint x="760" y="1210" as="sourcePoint" />
            <mxPoint x="440.0039393939395" y="1210" as="targetPoint" />
          </mxGeometry>
        </mxCell>
        <mxCell id="7Z1T8ZwHcXeBXznP6D7j-49" edge="1" parent="1" source="7Z1T8ZwHcXeBXznP6D7j-34" style="endArrow=classic;html=1;rounded=0;dashed=1;" target="7Z1T8ZwHcXeBXznP6D7j-44" value="">
          <mxGeometry height="50" relative="1" width="50" as="geometry">
            <Array as="points">
              <mxPoint x="410" y="1210" />
              <mxPoint x="400" y="1210" />
            </Array>
            <mxPoint x="434.75" y="1260" as="sourcePoint" />
            <mxPoint x="270" y="1260" as="targetPoint" />
          </mxGeometry>
        </mxCell>
        <mxCell id="7Z1T8ZwHcXeBXznP6D7j-50" edge="1" parent="1" style="endArrow=classic;html=1;rounded=0;dashed=1;" value="">
          <mxGeometry height="50" relative="1" width="50" as="geometry">
            <Array as="points">
              <mxPoint x="90" y="1214.75" />
            </Array>
            <mxPoint x="120" y="1214.75" as="sourcePoint" />
            <mxPoint x="65" y="1214.75" as="targetPoint" />
          </mxGeometry>
        </mxCell>
        <mxCell id="7Z1T8ZwHcXeBXznP6D7j-51" edge="1" parent="1" source="7Z1T8ZwHcXeBXznP6D7j-23" style="html=1;verticalAlign=bottom;startArrow=oval;endArrow=block;startSize=8;edgeStyle=elbowEdgeStyle;elbow=vertical;curved=0;rounded=0;" value="Search">
          <mxGeometry relative="1" x="0.0652" as="geometry">
            <mxPoint as="offset" />
            <mxPoint x="80" y="1260" as="sourcePoint" />
            <mxPoint x="182.5" y="1260" as="targetPoint" />
          </mxGeometry>
        </mxCell>
        <mxCell id="7Z1T8ZwHcXeBXznP6D7j-54" edge="1" parent="1" style="html=1;verticalAlign=bottom;startArrow=oval;endArrow=block;startSize=8;edgeStyle=elbowEdgeStyle;elbow=vertical;curved=0;rounded=0;" target="7Z1T8ZwHcXeBXznP6D7j-34" value="&lt;div&gt;Fetch List&lt;/div&gt;">
          <mxGeometry relative="1" x="0.0652" as="geometry">
            <mxPoint as="offset" />
            <mxPoint x="203" y="1260.3000000000002" as="sourcePoint" />
            <mxPoint x="420" y="1260" as="targetPoint" />
          </mxGeometry>
        </mxCell>
        <mxCell id="RGL2uUVUx_PTmSJQ5p5J-2" edge="1" parent="1" style="html=1;verticalAlign=bottom;startArrow=oval;endArrow=block;startSize=8;edgeStyle=elbowEdgeStyle;elbow=vertical;curved=0;rounded=0;" target="7Z1T8ZwHcXeBXznP6D7j-5" value="">
          <mxGeometry relative="1" x="-0.3939" y="10" as="geometry">
            <mxPoint as="offset" />
            <mxPoint x="85" y="130" as="sourcePoint" />
            <mxPoint x="140" y="130" as="targetPoint" />
          </mxGeometry>
        </mxCell>
        <mxCell id="7Z1T8ZwHcXeBXznP6D7j-56" edge="1" parent="1" style="endArrow=classic;html=1;rounded=0;endFill=1;" target="7Z1T8ZwHcXeBXznP6D7j-24" value="">
          <mxGeometry height="50" relative="1" width="50" as="geometry">
            <mxPoint x="440" y="1190" as="sourcePoint" />
            <mxPoint x="700" y="1190" as="targetPoint" />
          </mxGeometry>
        </mxCell>
        <mxCell id="DqHyfR3eGS3xM4o2pyak-12" parent="1" style="html=1;points=[];perimeter=orthogonalPerimeter;outlineConnect=0;targetShapes=umlLifeline;portConstraint=eastwest;newEdgeStyle={&quot;edgeStyle&quot;:&quot;elbowEdgeStyle&quot;,&quot;elbow&quot;:&quot;vertical&quot;,&quot;curved&quot;:0,&quot;rounded&quot;:0};" value="" vertex="1">
          <mxGeometry height="30" width="10" x="2285" y="210" as="geometry" />
        </mxCell>
        <mxCell id="7Z1T8ZwHcXeBXznP6D7j-57" edge="1" parent="1" style="html=1;verticalAlign=bottom;startArrow=oval;endArrow=block;startSize=8;edgeStyle=elbowEdgeStyle;elbow=vertical;curved=0;rounded=0;" target="7Z1T8ZwHcXeBXznP6D7j-24" value="&lt;div&gt;Fetch List&lt;/div&gt;">
          <mxGeometry relative="1" x="0.0652" as="geometry">
            <mxPoint as="offset" />
            <mxPoint x="440" y="1260.3000000000002" as="sourcePoint" />
            <mxPoint x="667" y="1260" as="targetPoint" />
          </mxGeometry>
        </mxCell>
        <mxCell id="DqHyfR3eGS3xM4o2pyak-13" edge="1" parent="1" source="DqHyfR3eGS3xM4o2pyak-10" style="html=1;verticalAlign=bottom;startArrow=oval;endArrow=block;startSize=8;edgeStyle=elbowEdgeStyle;elbow=vertical;curved=0;rounded=0;" target="DqHyfR3eGS3xM4o2pyak-12" value="Find a property">
          <mxGeometry relative="1" x="-0.6456" y="5" as="geometry">
            <mxPoint as="offset" />
            <Array as="points">
              <mxPoint x="2270" y="215" />
            </Array>
            <mxPoint x="1900" y="215" as="sourcePoint" />
            <mxPoint x="2270" y="215" as="targetPoint" />
          </mxGeometry>
        </mxCell>
        <mxCell id="7Z1T8ZwHcXeBXznP6D7j-58" edge="1" parent="1" source="7Z1T8ZwHcXeBXznP6D7j-24" style="endArrow=classic;html=1;rounded=0;dashed=1;" value="">
          <mxGeometry height="50" relative="1" width="50" as="geometry">
            <Array as="points">
              <mxPoint x="720" y="1279.7" />
              <mxPoint x="710" y="1279.7" />
            </Array>
            <mxPoint x="740" y="1279.7" as="sourcePoint" />
            <mxPoint x="440" y="1279.7" as="targetPoint" />
          </mxGeometry>
        </mxCell>
        <mxCell id="DqHyfR3eGS3xM4o2pyak-15" edge="1" parent="1" style="html=1;verticalAlign=bottom;startArrow=oval;endArrow=block;startSize=8;edgeStyle=elbowEdgeStyle;elbow=vertical;curved=0;rounded=0;" value="Search Property">
          <mxGeometry relative="1" x="-0.2759" y="5" as="geometry">
            <mxPoint as="offset" />
            <Array as="points">
              <mxPoint x="2460" y="225" />
            </Array>
            <mxPoint x="2295" y="225" as="sourcePoint" />
            <mxPoint x="2585" y="225" as="targetPoint" />
          </mxGeometry>
        </mxCell>
        <mxCell id="7Z1T8ZwHcXeBXznP6D7j-59" edge="1" parent="1" style="endArrow=classic;html=1;rounded=0;dashed=1;" target="7Z1T8ZwHcXeBXznP6D7j-52" value="">
          <mxGeometry height="50" relative="1" width="50" as="geometry">
            <Array as="points" />
            <mxPoint x="430" y="1279.7" as="sourcePoint" />
            <mxPoint x="205" y="1279.7" as="targetPoint" />
          </mxGeometry>
        </mxCell>
        <mxCell id="DqHyfR3eGS3xM4o2pyak-17" edge="1" parent="1" source="68ymO_Sjnk0znAFFcrqy-6" style="html=1;verticalAlign=bottom;endArrow=open;dashed=1;endSize=8;edgeStyle=elbowEdgeStyle;elbow=vertical;curved=0;rounded=0;" target="DqHyfR3eGS3xM4o2pyak-10" value="Return property">
          <mxGeometry relative="1" x="-0.0072" as="geometry">
            <mxPoint as="offset" />
            <Array as="points">
              <mxPoint x="2340" y="260" />
            </Array>
            <mxPoint x="2550" y="260" as="sourcePoint" />
            <mxPoint x="2295" y="260" as="targetPoint" />
          </mxGeometry>
        </mxCell>
        <mxCell id="7Z1T8ZwHcXeBXznP6D7j-62" edge="1" parent="1" style="html=1;verticalAlign=bottom;startArrow=oval;endArrow=block;startSize=8;edgeStyle=elbowEdgeStyle;elbow=vertical;curved=0;rounded=0;" target="7Z1T8ZwHcXeBXznP6D7j-31" value="Login">
          <mxGeometry relative="1" x="0.0652" as="geometry">
            <mxPoint as="offset" />
            <mxPoint x="68.75" y="1380" as="sourcePoint" />
            <mxPoint x="181.25" y="1380" as="targetPoint" />
          </mxGeometry>
        </mxCell>
        <mxCell id="DqHyfR3eGS3xM4o2pyak-21" edge="1" parent="1" source="DqHyfR3eGS3xM4o2pyak-20" style="html=1;verticalAlign=bottom;startArrow=oval;endArrow=block;startSize=8;edgeStyle=elbowEdgeStyle;elbow=vertical;curved=0;rounded=0;exitX=1;exitY=0.125;exitDx=0;exitDy=0;exitPerimeter=0;" target="DqHyfR3eGS3xM4o2pyak-22" value="Create booking">
          <mxGeometry relative="1" x="-0.6456" y="5" as="geometry">
            <mxPoint as="offset" />
            <Array as="points">
              <mxPoint x="2160" y="300" />
            </Array>
            <mxPoint x="1900" y="300" as="sourcePoint" />
            <mxPoint x="2250" y="300" as="targetPoint" />
          </mxGeometry>
        </mxCell>
        <mxCell id="7Z1T8ZwHcXeBXznP6D7j-63" parent="1" style="html=1;points=[];perimeter=orthogonalPerimeter;outlineConnect=0;targetShapes=umlLifeline;portConstraint=eastwest;newEdgeStyle={&quot;edgeStyle&quot;:&quot;elbowEdgeStyle&quot;,&quot;elbow&quot;:&quot;vertical&quot;,&quot;curved&quot;:0,&quot;rounded&quot;:0};" value="" vertex="1">
          <mxGeometry height="40" width="10" x="250" y="1360" as="geometry" />
        </mxCell>
        <mxCell id="DqHyfR3eGS3xM4o2pyak-23" edge="1" parent="1" style="html=1;verticalAlign=bottom;startArrow=oval;endArrow=block;startSize=8;edgeStyle=elbowEdgeStyle;elbow=vertical;curved=0;rounded=0;" value="Check availibility">
          <mxGeometry relative="1" as="geometry">
            <mxPoint as="offset" />
            <Array as="points" />
            <mxPoint x="2295" y="307.1586206896552" as="sourcePoint" />
            <mxPoint x="2585" y="307.1586206896552" as="targetPoint" />
          </mxGeometry>
        </mxCell>
        <mxCell id="7Z1T8ZwHcXeBXznP6D7j-64" parent="1" style="html=1;points=[];perimeter=orthogonalPerimeter;outlineConnect=0;targetShapes=umlLifeline;portConstraint=eastwest;newEdgeStyle={&quot;edgeStyle&quot;:&quot;elbowEdgeStyle&quot;,&quot;elbow&quot;:&quot;vertical&quot;,&quot;curved&quot;:0,&quot;rounded&quot;:0};" value="" vertex="1">
          <mxGeometry height="40" width="10" x="310" y="1390" as="geometry" />
        </mxCell>
        <mxCell id="DqHyfR3eGS3xM4o2pyak-25" edge="1" parent="1" source="DqHyfR3eGS3xM4o2pyak-24" style="html=1;verticalAlign=bottom;endArrow=open;dashed=1;endSize=8;edgeStyle=elbowEdgeStyle;elbow=vertical;curved=0;rounded=0;" target="68ymO_Sjnk0znAFFcrqy-14" value="Return availibility">
          <mxGeometry relative="1" x="-0.0072" as="geometry">
            <mxPoint as="offset" />
            <Array as="points">
              <mxPoint x="2485" y="330" />
            </Array>
            <mxPoint x="2560" y="330" as="sourcePoint" />
            <mxPoint x="2310" y="330" as="targetPoint" />
          </mxGeometry>
        </mxCell>
        <mxCell id="7Z1T8ZwHcXeBXznP6D7j-67" edge="1" parent="1" style="endArrow=classic;html=1;rounded=0;" target="7Z1T8ZwHcXeBXznP6D7j-63" value="">
          <mxGeometry height="50" relative="1" width="50" as="geometry">
            <Array as="points" />
            <mxPoint x="200" y="1380" as="sourcePoint" />
            <mxPoint x="250" y="1330" as="targetPoint" />
          </mxGeometry>
        </mxCell>
        <mxCell id="DqHyfR3eGS3xM4o2pyak-27" edge="1" parent="1" style="html=1;verticalAlign=bottom;startArrow=oval;endArrow=block;startSize=8;edgeStyle=elbowEdgeStyle;elbow=vertical;curved=0;rounded=0;" target="DqHyfR3eGS3xM4o2pyak-26" value="Create booking">
          <mxGeometry relative="1" x="-0.0018" as="geometry">
            <mxPoint as="offset" />
            <Array as="points" />
            <mxPoint x="2295" y="369.99862068965524" as="sourcePoint" />
            <mxPoint x="2560" y="370" as="targetPoint" />
          </mxGeometry>
        </mxCell>
        <mxCell id="7Z1T8ZwHcXeBXznP6D7j-68" edge="1" parent="1" style="endArrow=classic;html=1;rounded=0;" value="">
          <mxGeometry height="50" relative="1" width="50" as="geometry">
            <mxPoint x="260" y="1400" as="sourcePoint" />
            <mxPoint x="310" y="1400" as="targetPoint" />
          </mxGeometry>
        </mxCell>
        <mxCell id="DqHyfR3eGS3xM4o2pyak-28" edge="1" parent="1" source="DqHyfR3eGS3xM4o2pyak-26" style="html=1;verticalAlign=bottom;endArrow=open;dashed=1;endSize=8;edgeStyle=elbowEdgeStyle;elbow=vertical;curved=0;rounded=0;" target="DqHyfR3eGS3xM4o2pyak-22" value="Return booking id">
          <mxGeometry relative="1" x="-0.0072" as="geometry">
            <mxPoint as="offset" />
            <Array as="points">
              <mxPoint x="2510" y="400" />
            </Array>
            <mxPoint x="2560" y="400" as="sourcePoint" />
            <mxPoint x="2310" y="400" as="targetPoint" />
          </mxGeometry>
        </mxCell>
        <mxCell id="7Z1T8ZwHcXeBXznP6D7j-69" edge="1" parent="1" style="endArrow=classic;html=1;rounded=0;" value="">
          <mxGeometry height="50" relative="1" width="50" as="geometry">
            <mxPoint x="320" y="1410" as="sourcePoint" />
            <mxPoint x="420" y="1410" as="targetPoint" />
          </mxGeometry>
        </mxCell>
        <mxCell id="DqHyfR3eGS3xM4o2pyak-29" edge="1" parent="1" source="DqHyfR3eGS3xM4o2pyak-22" style="html=1;verticalAlign=bottom;endArrow=open;dashed=1;endSize=8;edgeStyle=elbowEdgeStyle;elbow=vertical;curved=0;rounded=0;" target="DqHyfR3eGS3xM4o2pyak-20" value="Success">
          <mxGeometry relative="1" x="-0.0072" as="geometry">
            <mxPoint as="offset" />
            <Array as="points">
              <mxPoint x="2175" y="420" />
            </Array>
            <mxPoint x="2250" y="420" as="sourcePoint" />
            <mxPoint x="1960" y="420" as="targetPoint" />
          </mxGeometry>
        </mxCell>
        <mxCell id="7Z1T8ZwHcXeBXznP6D7j-71" parent="1" style="text;html=1;whiteSpace=wrap;strokeColor=none;fillColor=none;align=center;verticalAlign=middle;rounded=0;" value="&lt;div&gt;Customer&lt;/div&gt;" vertex="1">
          <mxGeometry height="30" width="60" x="225" y="1340" as="geometry" />
        </mxCell>
        <mxCell id="7Z1T8ZwHcXeBXznP6D7j-72" parent="1" style="text;html=1;whiteSpace=wrap;strokeColor=none;fillColor=none;align=center;verticalAlign=middle;rounded=0;" value="Host" vertex="1">
          <mxGeometry height="30" width="60" x="285" y="1360" as="geometry" />
        </mxCell>
        <mxCell id="7Z1T8ZwHcXeBXznP6D7j-76" edge="1" parent="1" style="endArrow=classic;html=1;rounded=0;" value="">
          <mxGeometry height="50" relative="1" width="50" as="geometry">
            <mxPoint x="260" y="1370" as="sourcePoint" />
            <mxPoint x="420" y="1370" as="targetPoint" />
          </mxGeometry>
        </mxCell>
        <mxCell id="7Z1T8ZwHcXeBXznP6D7j-83" edge="1" parent="1" style="endArrow=classic;html=1;rounded=0;" target="7Z1T8ZwHcXeBXznP6D7j-24" value="">
          <mxGeometry height="50" relative="1" width="50" as="geometry">
            <mxPoint x="430" y="1379.71" as="sourcePoint" />
            <mxPoint x="590" y="1379.71" as="targetPoint" />
          </mxGeometry>
        </mxCell>
        <mxCell id="7Z1T8ZwHcXeBXznP6D7j-84" edge="1" parent="1" source="7Z1T8ZwHcXeBXznP6D7j-82" style="endArrow=none;dashed=1;html=1;dashPattern=1 3;strokeWidth=2;rounded=0;startArrow=classic;startFill=1;" value="">
          <mxGeometry height="50" relative="1" width="50" as="geometry">
            <mxPoint x="595.25" y="1400" as="sourcePoint" />
            <mxPoint x="765.25" y="1400" as="targetPoint" />
          </mxGeometry>
        </mxCell>
        <mxCell id="7Z1T8ZwHcXeBXznP6D7j-85" edge="1" parent="1" source="7Z1T8ZwHcXeBXznP6D7j-60" style="endArrow=none;dashed=1;html=1;dashPattern=1 3;strokeWidth=2;rounded=0;startArrow=classic;startFill=1;" value="">
          <mxGeometry height="50" relative="1" width="50" as="geometry">
            <mxPoint x="210" y="1440" as="sourcePoint" />
            <mxPoint x="430" y="1440" as="targetPoint" />
          </mxGeometry>
        </mxCell>
        <mxCell id="7Z1T8ZwHcXeBXznP6D7j-86" edge="1" parent="1" style="endArrow=none;dashed=1;html=1;dashPattern=1 3;strokeWidth=2;rounded=0;startArrow=classic;startFill=1;" value="">
          <mxGeometry height="50" relative="1" width="50" as="geometry">
            <mxPoint x="70.25" y="1430" as="sourcePoint" />
            <mxPoint x="190" y="1430" as="targetPoint" />
          </mxGeometry>
        </mxCell>
+         <mxCell id="7Z1T8ZwHcXeBXznP6D7j-87" parent="1" style="text;html=1;whiteSpace=wrap;strokeColor=none;fillColor=none;align=center;verticalAlign=middle;rounded=0;" value="Aaron" vertex="1">
+           <mxGeometry height="30" width="60" x="280" y="1020" as="geometry" />
+         </mxCell>
+         <mxCell id="7Z1T8ZwHcXeBXznP6D7j-88" edge="1" parent="1" source="7Z1T8ZwHcXeBXznP6D7j-87" style="edgeStyle=orthogonalEdgeStyle;rounded=0;orthogonalLoop=1;jettySize=auto;html=1;exitX=0.5;exitY=0;exitDx=0;exitDy=0;" target="7Z1T8ZwHcXeBXznP6D7j-87">
+           <mxGeometry relative="1" as="geometry" />
+         </mxCell>
+         <mxCell id="7Z1T8ZwHcXeBXznP6D7j-89" parent="1" style="text;html=1;whiteSpace=wrap;strokeColor=none;fillColor=none;align=center;verticalAlign=middle;rounded=0;" value="&lt;div&gt;The Pain Cycle&lt;/div&gt;" vertex="1">
+           <mxGeometry height="30" width="60" x="310" y="960" as="geometry" />
+         </mxCell>
      </root>
    </mxGraphModel>
  </diagram>
</mxfile>
